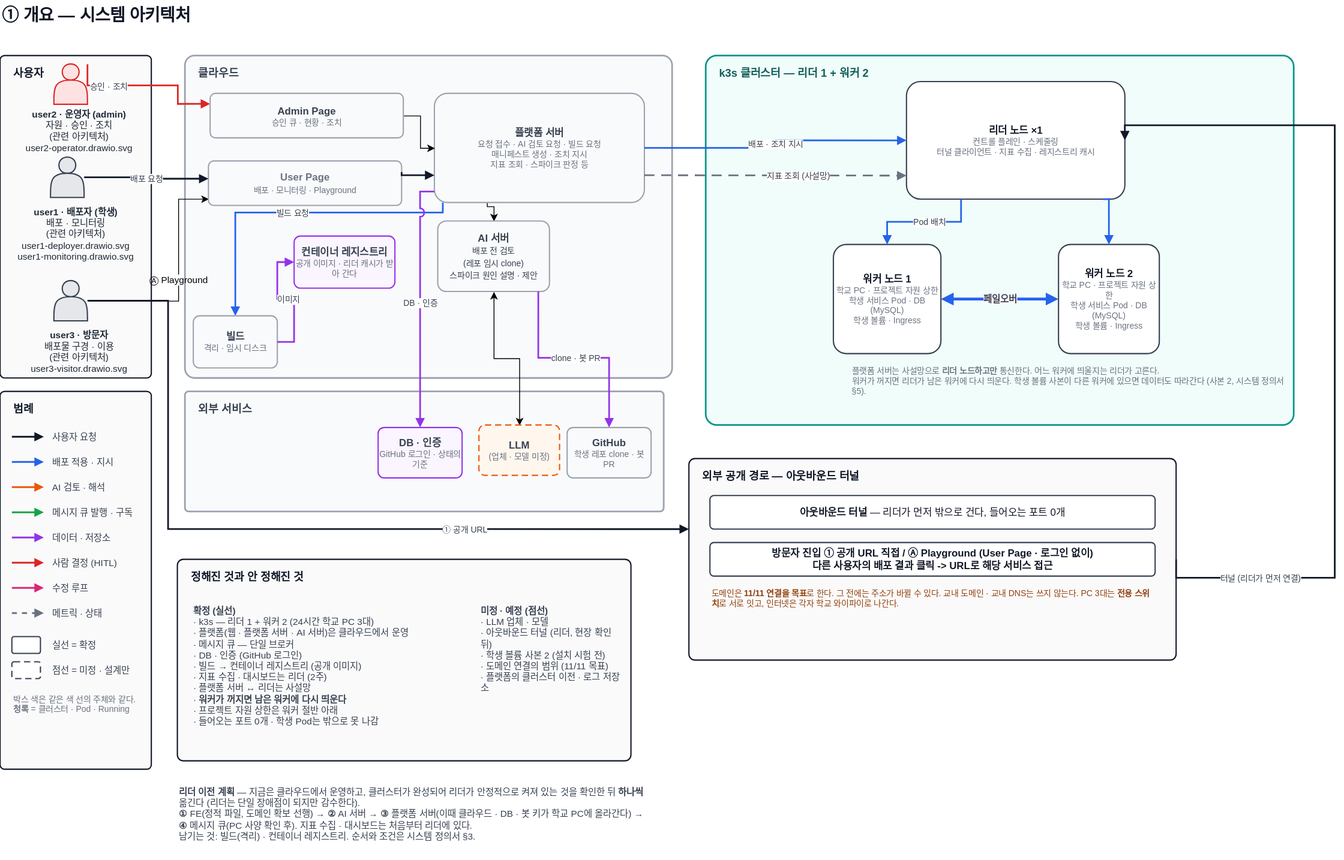
Above: docs/architecture/overview.drawio.svg in woowangthon/WOOWANGTHON_TEAM_18 (draw.io), before the change. Source tidied: cells renumbered, new cells last; positions are measured from the earlier drawing's top-left corner, leaving out a move shared by most shapes.
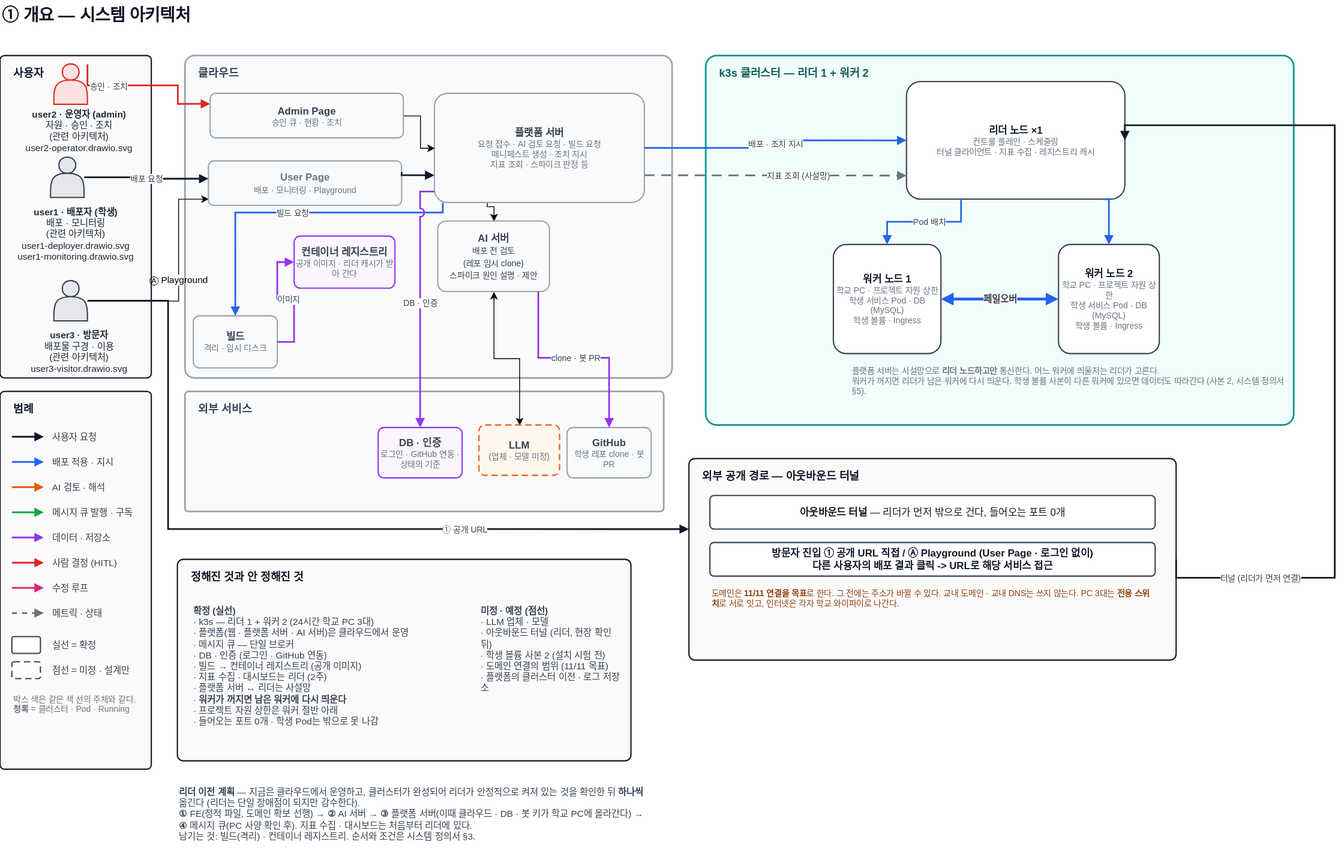
The same diagram one commit later.

What changed in the source:
```diff
@@ -90,7 +90,7 @@
     <mxCell id="27" value="정해진 것과 안 정해진 것" style="rounded=1;arcSize=3;html=1;fillColor=#FAFAFA;strokeColor=#111827;strokeWidth=1.5;verticalAlign=top;align=left;spacingLeft=14;spacingTop=6;fontSize=13;fontStyle=1;fontColor=#111827;fontFamily=Pretendard,Malgun Gothic,Apple SD Gothic Neo,sans-serif;" parent="1" vertex="1">
       <mxGeometry x="211.1" y="667" width="540" height="240" as="geometry" />
     </mxCell>
-    <mxCell id="28" value="&lt;b&gt;확정 (실선)&lt;/b&gt;&lt;br&gt;· k3s — 리더 1 + 워커 2 (24시간 학교 PC 3대)&lt;br&gt;· 플랫폼(웹 · 플랫폼 서버 · AI 서버)은 클라우드에서 운영&lt;br&gt;· 메시지 큐 — 단일 브로커&lt;br&gt;· DB · 인증 (GitHub 로그인)&lt;br&gt;· 빌드 → 컨테이너 레지스트리 (공개 이미지)&lt;br&gt;· 지표 수집 · 대시보드는 리더 (2주)&lt;br&gt;· 플랫폼 서버 ↔ 리더는 사설망&lt;br&gt;· &lt;b&gt;워커가 꺼지면 남은 워커에 다시 띄운다&lt;/b&gt;&lt;br&gt;· 프로젝트 자원 상한은 워커 절반 아래&lt;br&gt;· 들어오는 포트 0개 · 학생 Pod는 밖으로 못 나감" style="text;html=1;align=left;verticalAlign=top;whiteSpace=wrap;fontSize=11;fontColor=#374151;fontFamily=Pretendard,Malgun Gothic,Apple SD Gothic Neo,sans-serif;" parent="1" vertex="1">
+    <mxCell id="28" value="&lt;b&gt;확정 (실선)&lt;/b&gt;&lt;br&gt;· k3s — 리더 1 + 워커 2 (24시간 학교 PC 3대)&lt;br&gt;· 플랫폼(웹 · 플랫폼 서버 · AI 서버)은 클라우드에서 운영&lt;br&gt;· 메시지 큐 — 단일 브로커&lt;br&gt;· DB · 인증 (로그인 · GitHub 연동)&lt;br&gt;· 빌드 → 컨테이너 레지스트리 (공개 이미지)&lt;br&gt;· 지표 수집 · 대시보드는 리더 (2주)&lt;br&gt;· 플랫폼 서버 ↔ 리더는 사설망&lt;br&gt;· &lt;b&gt;워커가 꺼지면 남은 워커에 다시 띄운다&lt;/b&gt;&lt;br&gt;· 프로젝트 자원 상한은 워커 절반 아래&lt;br&gt;· 들어오는 포트 0개 · 학생 Pod는 밖으로 못 나감" style="text;html=1;align=left;verticalAlign=top;whiteSpace=wrap;fontSize=11;fontColor=#374151;fontFamily=Pretendard,Malgun Gothic,Apple SD Gothic Neo,sans-serif;" parent="1" vertex="1">
       <mxGeometry x="228.1" y="715" width="330" height="190" as="geometry" />
     </mxCell>
     <mxCell id="29" value="&lt;b&gt;미정 · 예정 (점선)&lt;/b&gt;&lt;br&gt;· LLM 업체 · 모델&lt;br&gt;· 아웃바운드 터널 (리더, 현장 확인 뒤)&lt;br&gt;· 학생 볼륨 사본 2 (설치 시험 전)&lt;br&gt;· 도메인 연결의 범위 (11/11 목표)&lt;br&gt;· 플랫폼의 클러스터 이전 · 로그 저장소" style="text;html=1;align=left;verticalAlign=top;whiteSpace=wrap;fontSize=11;fontColor=#374151;fontFamily=Pretendard,Malgun Gothic,Apple SD Gothic Neo,sans-serif;" parent="1" vertex="1">
@@ -175,7 +175,7 @@
     <mxCell id="45" value="&lt;b&gt;빌드&lt;/b&gt;&lt;div style=&quot;font-size: 10px; color: rgb(107, 114, 128);&quot;&gt;격리 · 임시 디스크&lt;/div&gt;" style="rounded=1;arcSize=12;whiteSpace=wrap;html=1;fillColor=#F9FAFB;strokeColor=#9CA3AF;strokeWidth=1.5;fontSize=12;fontColor=#374151;fontFamily=Pretendard,Malgun Gothic,Apple SD Gothic Neo,sans-serif;" parent="1" vertex="1">
       <mxGeometry x="230.1" y="377" width="100" height="62" as="geometry" />
     </mxCell>
-    <mxCell id="46" value="&lt;b&gt;DB · 인증&lt;/b&gt;&lt;div style=&quot;font-size: 10px; color: rgb(107, 114, 128);&quot;&gt;GitHub 로그인 · 상태의 기준&lt;/div&gt;" style="rounded=1;arcSize=12;whiteSpace=wrap;html=1;fillColor=#FAF5FF;strokeColor=#9333EA;strokeWidth=1.5;fontSize=12;fontColor=#374151;fontFamily=Pretendard,Malgun Gothic,Apple SD Gothic Neo,sans-serif;" parent="1" vertex="1">
+    <mxCell id="46" value="&lt;b&gt;DB · 인증&lt;/b&gt;&lt;div style=&quot;font-size: 10px; color: rgb(107, 114, 128);&quot;&gt;로그인 · GitHub 연동 · 상태의 기준&lt;/div&gt;" style="rounded=1;arcSize=12;whiteSpace=wrap;html=1;fillColor=#FAF5FF;strokeColor=#9333EA;strokeWidth=1.5;fontSize=12;fontColor=#374151;fontFamily=Pretendard,Malgun Gothic,Apple SD Gothic Neo,sans-serif;" parent="1" vertex="1">
       <mxGeometry x="450.1" y="510" width="100" height="60" as="geometry" />
     </mxCell>
     <mxCell id="47" value="&lt;b&gt;GitHub&lt;/b&gt;&lt;div style=&quot;font-size: 10px; color: rgb(107, 114, 128);&quot;&gt;학생 레포 clone · 봇 PR&lt;/div&gt;" style="rounded=1;arcSize=12;whiteSpace=wrap;html=1;fillColor=#F9FAFB;strokeColor=#9CA3AF;strokeWidth=1.5;fontSize=12;fontColor=#374151;fontFamily=Pretendard,Malgun Gothic,Apple SD Gothic Neo,sans-serif;" parent="1" vertex="1">
```
